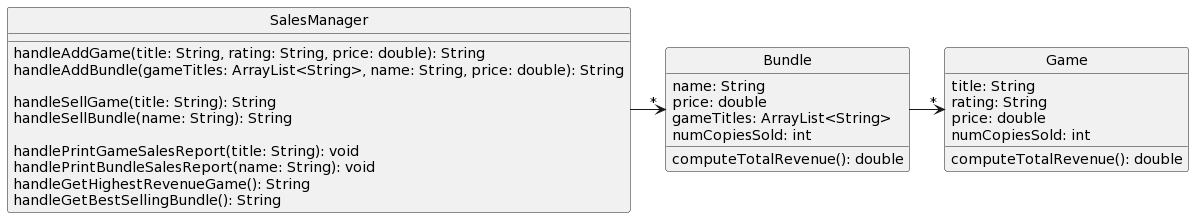
RHIT-CSSE/csse220 keeps this PlantUML diagram as Homework/DesignProblems/DP2/DP2_B.png. Above is the earlier version.
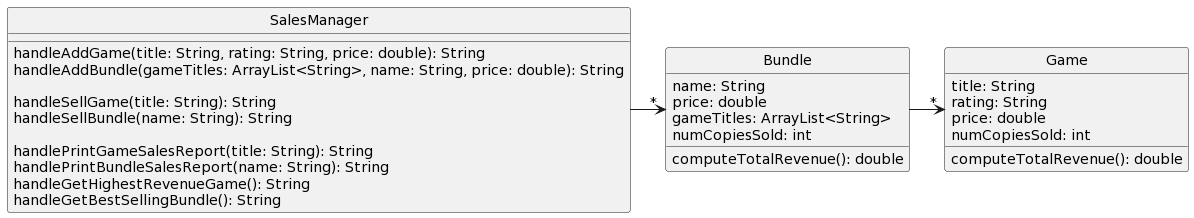
The same file after the commit.

Diff of the diagram source:
```diff
@@ -9,8 +9,8 @@
 handleSellGame(title: String): String
 handleSellBundle(name: String): String
 
-handlePrintGameSalesReport(title: String): void
-handlePrintBundleSalesReport(name: String): void
+handlePrintGameSalesReport(title: String): String
+handlePrintBundleSalesReport(name: String): String
 handleGetHighestRevenueGame(): String
 handleGetBestSellingBundle(): String
 
```
